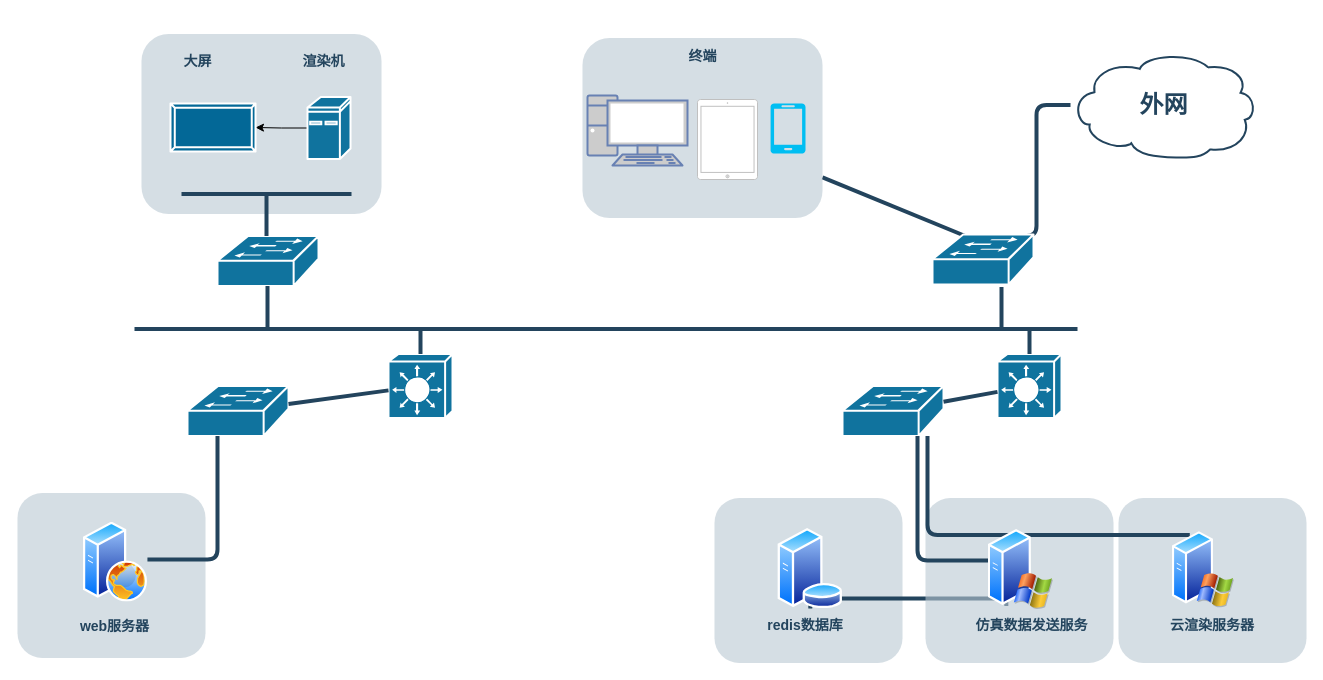
Earlier version of the draw.io diagram TianjingHjy.drawio (DeanTuYu/DrawIo). Source tidied: cells renumbered, new cells numbered last; positions are measured from the earlier drawing's top-left corner, leaving out a move shared by most shapes. Both pictures are drawn from the tidied source at 100%, with x=0, y=0 at pixel (17, 34).
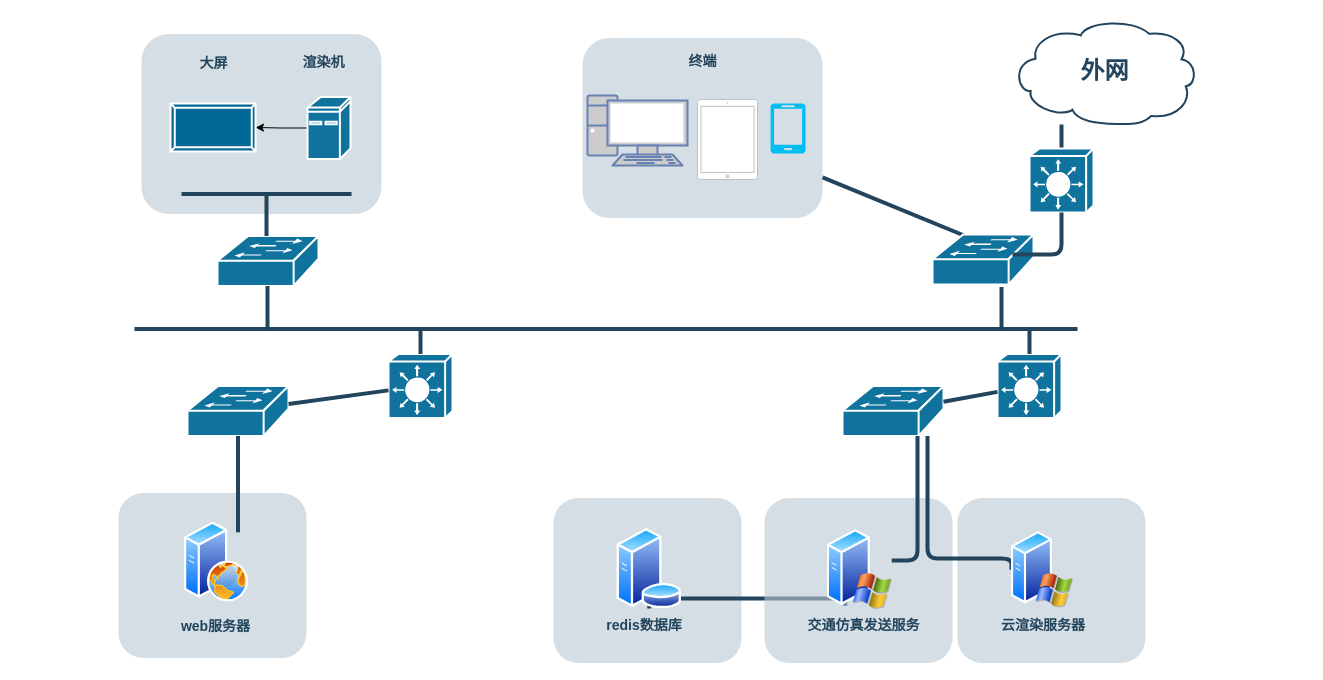
Above is the later version.

The change refers to these unchanged cells:
```xml
<mxCell id="9" style="shape=mxgraph.cisco.switches.workgroup_switch;html=1;dashed=0;fillColor=#10739E;strokeColor=#ffffff;strokeWidth=2;verticalLabelPosition=bottom;verticalAlign=top;fontFamily=Helvetica;fontSize=36;fontColor=#FFB366;" parent="1" vertex="1">
  <mxGeometry x="825" y="351.5" width="101" height="50" as="geometry" />
</mxCell>
<mxCell id="37" style="shape=mxgraph.cisco.switches.workgroup_switch;html=1;dashed=0;fillColor=#10739E;strokeColor=#ffffff;strokeWidth=2;verticalLabelPosition=bottom;verticalAlign=top;fontFamily=Helvetica;fontSize=36;fontColor=#FFB366;" parent="1" vertex="1">
  <mxGeometry x="915" y="200" width="101" height="50" as="geometry" />
</mxCell>
```

The edit, as a diff of the source:
```diff
@@
     <mxCell id="2" style="rounded=1;whiteSpace=wrap;html=1;strokeColor=none;fillColor=#BAC8D3;fontSize=24;fontColor=#23445D;align=center;opacity=60;" parent="1" vertex="1">
-      <mxGeometry x="697" y="463.5" width="188" height="165" as="geometry" />
+      <mxGeometry x="536" y="463.5" width="188" height="165" as="geometry" />
     </mxCell>
     <mxCell id="3" style="rounded=1;whiteSpace=wrap;html=1;strokeColor=none;fillColor=#BAC8D3;fontSize=24;fontColor=#23445D;align=center;opacity=60;" parent="1" vertex="1">
-      <mxGeometry y="458.5" width="188" height="165" as="geometry" />
+      <mxGeometry x="101" y="458.5" width="188" height="165" as="geometry" />
     </mxCell>
@@
-    <mxCell id="14" style="edgeStyle=elbowEdgeStyle;elbow=horizontal;endArrow=none;html=1;strokeColor=#23445D;endFill=0;strokeWidth=4;rounded=1;" parent="1" edge="1" source="33">
-      <mxGeometry relative="1" as="geometry">
-        <mxPoint x="985" y="201.5" as="targetPoint" />
-      </mxGeometry>
+    <mxCell id="14" style="edgeStyle=elbowEdgeStyle;elbow=horizontal;endArrow=none;html=1;strokeColor=#23445D;endFill=0;strokeWidth=4;rounded=1;" parent="1" edge="1" source="33" target="48">
+      <mxGeometry relative="1" as="geometry" />
     </mxCell>
@@
     <mxCell id="22" style="edgeStyle=orthogonalEdgeStyle;rounded=1;html=1;strokeColor=#23445D;endArrow=none;endFill=0;strokeWidth=4;entryX=0.5;entryY=1;entryDx=0;entryDy=0;exitX=0.25;exitY=1;exitDx=0;exitDy=0;" parent="1" edge="1" source="38" target="40">
       <mxGeometry relative="1" as="geometry">
         <Array as="points">
-          <mxPoint x="989" y="564" />
-          <mxPoint x="793" y="564" />
+          <mxPoint x="828" y="564" />
+          <mxPoint x="632" y="564" />
         </Array>
       </mxGeometry>
     </mxCell>
     <mxCell id="23" value="&lt;font color=&quot;#23445d&quot;&gt;大屏&lt;/font&gt;" style="rounded=1;whiteSpace=wrap;html=1;strokeColor=none;fillColor=none;fontSize=14;fontColor=#742B21;align=center;fontStyle=1;" parent="1" vertex="1">
-      <mxGeometry x="145" y="17.5" width="71" height="19" as="geometry" />
+      <mxGeometry x="161" y="19.5" width="71" height="19" as="geometry" />
     </mxCell>
     <mxCell id="24" value="redis数据库" style="rounded=1;whiteSpace=wrap;html=1;strokeColor=none;fillColor=none;fontSize=14;fontColor=#23445D;align=center;fontStyle=1;" parent="1" vertex="1">
-      <mxGeometry x="741" y="581" width="94" height="20" as="geometry" />
+      <mxGeometry x="580" y="581" width="94" height="20" as="geometry" />
     </mxCell>
     <mxCell id="25" value="web服务器" style="rounded=1;whiteSpace=wrap;html=1;strokeColor=none;fillColor=none;fontSize=14;fontColor=#23445D;align=center;fontStyle=1;" parent="1" vertex="1">
-      <mxGeometry x="51" y="582" width="93" height="19" as="geometry" />
+      <mxGeometry x="152" y="582" width="93" height="19" as="geometry" />
     </mxCell>
@@
     <mxCell id="27" style="rounded=1;whiteSpace=wrap;html=1;strokeColor=none;fillColor=#BAC8D3;fontSize=24;fontColor=#23445D;align=center;opacity=60;" parent="1" vertex="1">
-      <mxGeometry x="908" y="463.5" width="188" height="165" as="geometry" />
+      <mxGeometry x="747" y="463.5" width="188" height="165" as="geometry" />
     </mxCell>
-    <mxCell id="28" value="仿真数据发送服务" style="rounded=1;whiteSpace=wrap;html=1;strokeColor=none;fillColor=none;fontSize=14;fontColor=#23445D;align=center;fontStyle=1;" parent="1" vertex="1">
-      <mxGeometry x="954" y="581" width="121" height="20" as="geometry" />
+    <mxCell id="28" value="交通仿真发送服务" style="rounded=1;whiteSpace=wrap;html=1;strokeColor=none;fillColor=none;fontSize=14;fontColor=#23445D;align=center;fontStyle=1;" parent="1" vertex="1">
+      <mxGeometry x="786" y="581" width="121" height="20" as="geometry" />
     </mxCell>
     <mxCell id="29" style="rounded=1;whiteSpace=wrap;html=1;strokeColor=none;fillColor=#BAC8D3;fontSize=24;fontColor=#23445D;align=center;opacity=60;" parent="1" vertex="1">
-      <mxGeometry x="1101" y="463.5" width="188" height="165" as="geometry" />
+      <mxGeometry x="940" y="463.5" width="188" height="165" as="geometry" />
     </mxCell>
     <mxCell id="30" value="云渲染服务器" style="rounded=1;whiteSpace=wrap;html=1;strokeColor=none;fillColor=none;fontSize=14;fontColor=#23445D;align=center;fontStyle=1;" parent="1" vertex="1">
-      <mxGeometry x="1145" y="581" width="100" height="20" as="geometry" />
+      <mxGeometry x="976" y="581" width="100" height="20" as="geometry" />
     </mxCell>
@@
-    <mxCell id="32" style="edgeStyle=orthogonalEdgeStyle;rounded=1;html=1;strokeColor=#23445D;endArrow=none;endFill=0;strokeWidth=4;entryX=0.25;entryY=0;entryDx=0;entryDy=0;" parent="1" edge="1" source="9" target="39">
+    <mxCell id="32" style="edgeStyle=orthogonalEdgeStyle;rounded=1;html=1;strokeColor=#23445D;endArrow=none;endFill=0;strokeWidth=4;entryX=0;entryY=0.5;entryDx=0;entryDy=0;" parent="1" edge="1" source="9" target="39">
       <mxGeometry relative="1" as="geometry">
         <Array as="points">
-          <mxPoint x="910" y="500" />
+          <mxPoint x="910" y="524" />
+          <mxPoint x="994" y="524" />
         </Array>
       </mxGeometry>
     </mxCell>
     <mxCell id="33" value="外网" style="shape=mxgraph.cisco.storage.cloud;html=1;dashed=0;strokeColor=#23445D;fillColor=#ffffff;strokeWidth=2;fontFamily=Helvetica;fontSize=24;fontColor=#23445D;align=center;fontStyle=1;" parent="1" vertex="1">
-      <mxGeometry x="1053" y="17.5" width="186" height="106" as="geometry" />
+      <mxGeometry x="994" y="-16" width="186" height="106" as="geometry" />
     </mxCell>
@@
     <mxCell id="36" value="&lt;font color=&quot;#23445d&quot;&gt;渲染机&lt;/font&gt;" style="rounded=1;whiteSpace=wrap;html=1;strokeColor=none;fillColor=none;fontSize=14;fontColor=#742B21;align=center;fontStyle=1;" parent="1" vertex="1">
-      <mxGeometry x="271" y="17.5" width="71" height="19" as="geometry" />
+      <mxGeometry x="271" y="18.5" width="71" height="19" as="geometry" />
     </mxCell>
@@
     <mxCell id="38" style="perimeter=ellipsePerimeter;html=1;align=center;shadow=0;dashed=0;spacingTop=3;image;image=img/lib/active_directory/windows_server_2.svg;" parent="1" vertex="1">
-      <mxGeometry x="970.8" y="494.2" width="65.2" height="81.5" as="geometry" />
+      <mxGeometry x="809.8" y="494.2" width="65.2" height="81.5" as="geometry" />
     </mxCell>
     <mxCell id="39" style="perimeter=ellipsePerimeter;html=1;align=center;shadow=0;dashed=0;spacingTop=3;image;image=img/lib/active_directory/windows_server_2.svg;" parent="1" vertex="1">
-      <mxGeometry x="1155" y="496.5" width="62" height="77.5" as="geometry" />
+      <mxGeometry x="994" y="496.5" width="62" height="77.5" as="geometry" />
     </mxCell>
     <mxCell id="40" style="perimeter=ellipsePerimeter;html=1;align=center;shadow=0;dashed=0;spacingTop=3;image;image=img/lib/active_directory/database_server.svg;" parent="1" vertex="1">
-      <mxGeometry x="760" y="494" width="65.6" height="80" as="geometry" />
+      <mxGeometry x="599" y="494" width="65.6" height="80" as="geometry" />
     </mxCell>
     <mxCell id="41" style="perimeter=ellipsePerimeter;html=1;align=center;shadow=0;dashed=0;spacingTop=3;image;image=img/lib/active_directory/web_server.svg;" parent="1" vertex="1">
-      <mxGeometry x="66" y="487.5" width="64" height="80" as="geometry" />
+      <mxGeometry x="167" y="487.5" width="64" height="80" as="geometry" />
     </mxCell>
@@
     <mxCell id="47" value="&lt;font color=&quot;#23445d&quot;&gt;终端&lt;/font&gt;" style="rounded=1;whiteSpace=wrap;html=1;strokeColor=none;fillColor=none;fontSize=14;fontColor=#742B21;align=center;fontStyle=1;" parent="1" vertex="1">
-      <mxGeometry x="649.5" y="12" width="71" height="19" as="geometry" />
+      <mxGeometry x="649.5" y="17" width="71" height="19" as="geometry" />
     </mxCell>
+    <mxCell id="48" style="shape=mxgraph.cisco.switches.layer_3_switch;html=1;dashed=0;fillColor=#10739E;strokeColor=#ffffff;strokeWidth=2;verticalLabelPosition=bottom;verticalAlign=top;fontFamily=Helvetica;fontSize=36;fontColor=#FFB366;" parent="1" vertex="1">
+      <mxGeometry x="1012" y="114" width="64" height="64" as="geometry" />
+    </mxCell>
+    <mxCell id="49" style="edgeStyle=elbowEdgeStyle;elbow=horizontal;endArrow=none;html=1;strokeColor=#23445D;endFill=0;strokeWidth=4;rounded=1;entryX=0.5;entryY=1;entryDx=0;entryDy=0;entryPerimeter=0;exitX=0.792;exitY=0.4;exitDx=0;exitDy=0;exitPerimeter=0;" parent="1" edge="1" source="37" target="48">
+      <mxGeometry relative="1" as="geometry">
+        <Array as="points">
+          <mxPoint x="1044" y="204" />
+        </Array>
+      </mxGeometry>
+    </mxCell>
```
